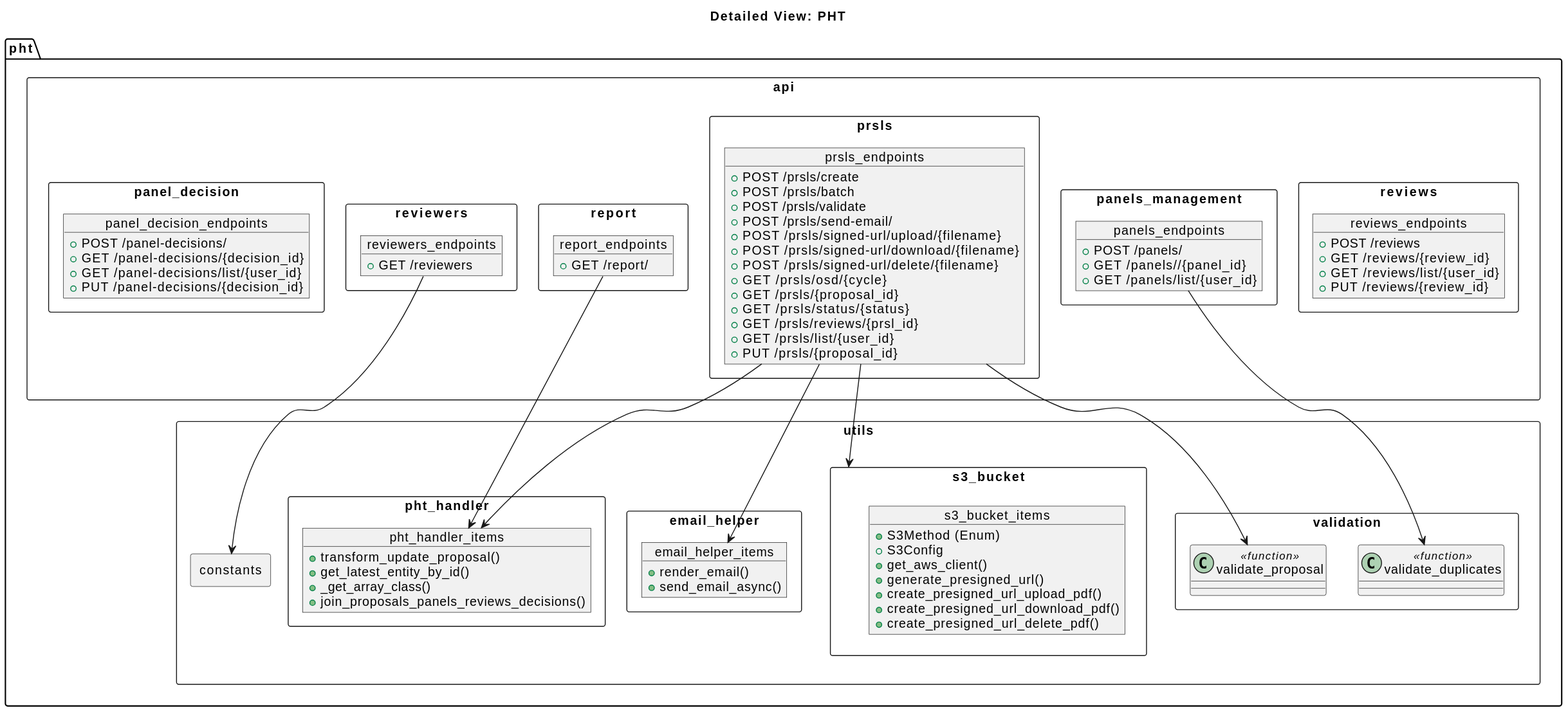
The PlantUML diagram docs/src/internal/diagrams/module_view_pht.svg in ska-telescope/ska-oso-services, before a commit.
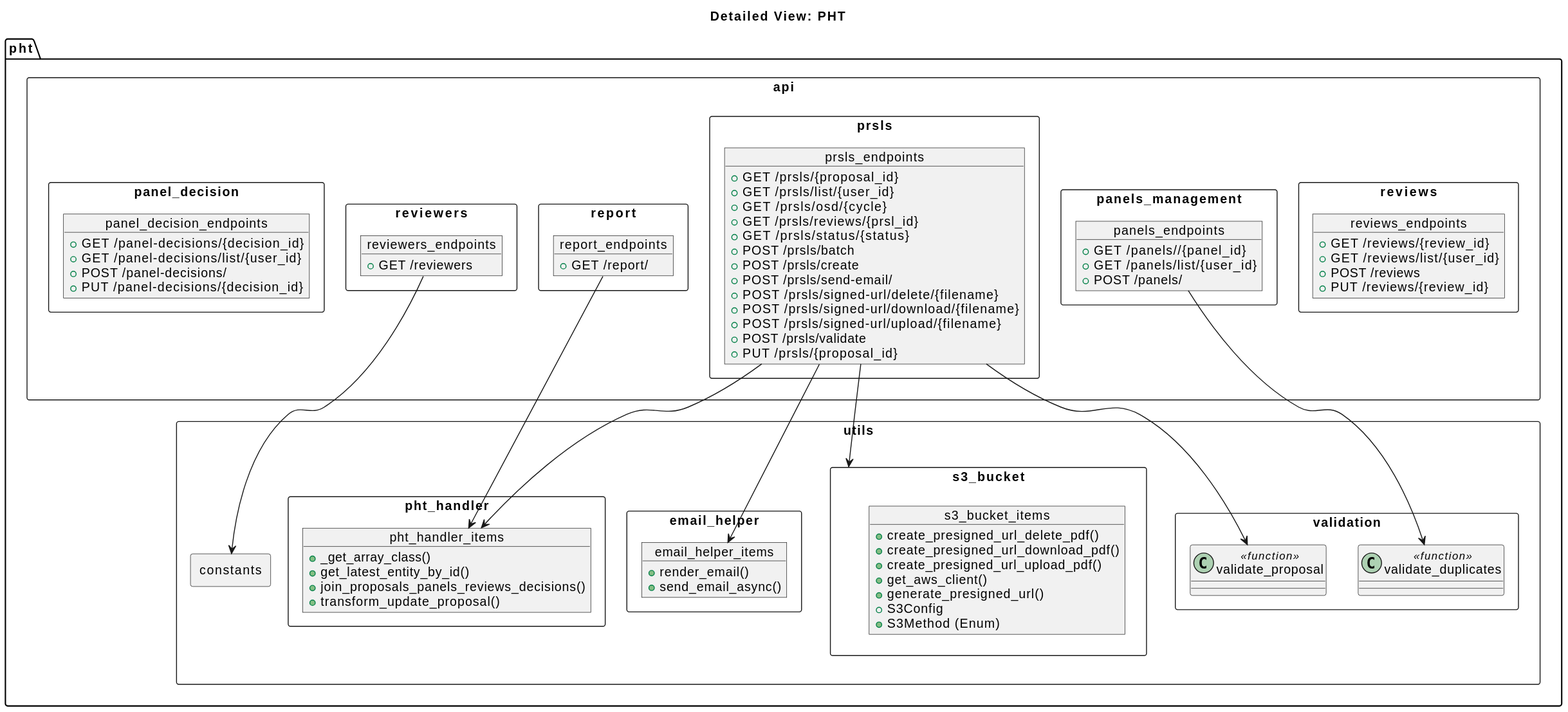
After the commit.

Diff of the diagram source:
```diff
@@ -9,35 +9,35 @@
 
         package "panel_decision" <<Rectangle>> {
             object panel_decision_endpoints{
-                + POST /panel-decisions/
                 + GET /panel-decisions/{decision_id}
                 + GET /panel-decisions/list/{user_id}
+                + POST /panel-decisions/
                 + PUT /panel-decisions/{decision_id}
             }
         }
 
         package "panels_management" <<Rectangle>> {
             object panels_endpoints {
-                + POST /panels/
                 + GET /panels//{panel_id}
                 + GET /panels/list/{user_id}
+                + POST /panels/
             }
         }
 
         package "prsls" <<Rectangle>> {
             object prsls_endpoints{
+                + GET /prsls/{proposal_id}
+                + GET /prsls/list/{user_id}
+                + GET /prsls/osd/{cycle}
+                + GET /prsls/reviews/{prsl_id}
+                + GET /prsls/status/{status}
+                + POST /prsls/batch
                 + POST /prsls/create
-                + POST /prsls/batch
+                + POST /prsls/send-email/
+                + POST /prsls/signed-url/delete/{filename}
+                + POST /prsls/signed-url/download/{filename}
+                + POST /prsls/signed-url/upload/{filename}
                 + POST /prsls/validate
-                + POST /prsls/send-email/
-                + POST /prsls/signed-url/upload/{filename}
-                + POST /prsls/signed-url/download/{filename}
-                + POST /prsls/signed-url/delete/{filename}
-                + GET /prsls/osd/{cycle}
-                + GET /prsls/{proposal_id}
-                + GET /prsls/status/{status}
-                + GET /prsls/reviews/{prsl_id}
-                + GET /prsls/list/{user_id}
                 + PUT /prsls/{proposal_id}
             }
         }
@@ -56,9 +56,9 @@
 
         package "reviews" <<Rectangle>> {
             object reviews_endpoints{
-                + POST /reviews
                 + GET /reviews/{review_id}
                 + GET /reviews/list/{user_id}
+                + POST /reviews
                 + PUT /reviews/{review_id}
             }
         }
@@ -73,21 +73,21 @@
         }
         package "pht_handler" <<Rectangle>> {
             object pht_handler_items {
+                + _get_array_class()
+                + get_latest_entity_by_id()
+                + join_proposals_panels_reviews_decisions()
                 + transform_update_proposal()
-                + get_latest_entity_by_id()
-                + _get_array_class()
-                + join_proposals_panels_reviews_decisions()
             }
         }
         package "s3_bucket" <<Rectangle>> {
             object s3_bucket_items {
-                + S3Method (Enum)
-                + S3Config
+                + create_presigned_url_delete_pdf()
+                + create_presigned_url_download_pdf()
+                + create_presigned_url_upload_pdf()
                 + get_aws_client()
                 + generate_presigned_url()
-                + create_presigned_url_upload_pdf()
-                + create_presigned_url_download_pdf()
-                + create_presigned_url_delete_pdf()
+                + S3Config
+                + S3Method (Enum)
             }
         }
         package "validation" <<Rectangle>> {
```
